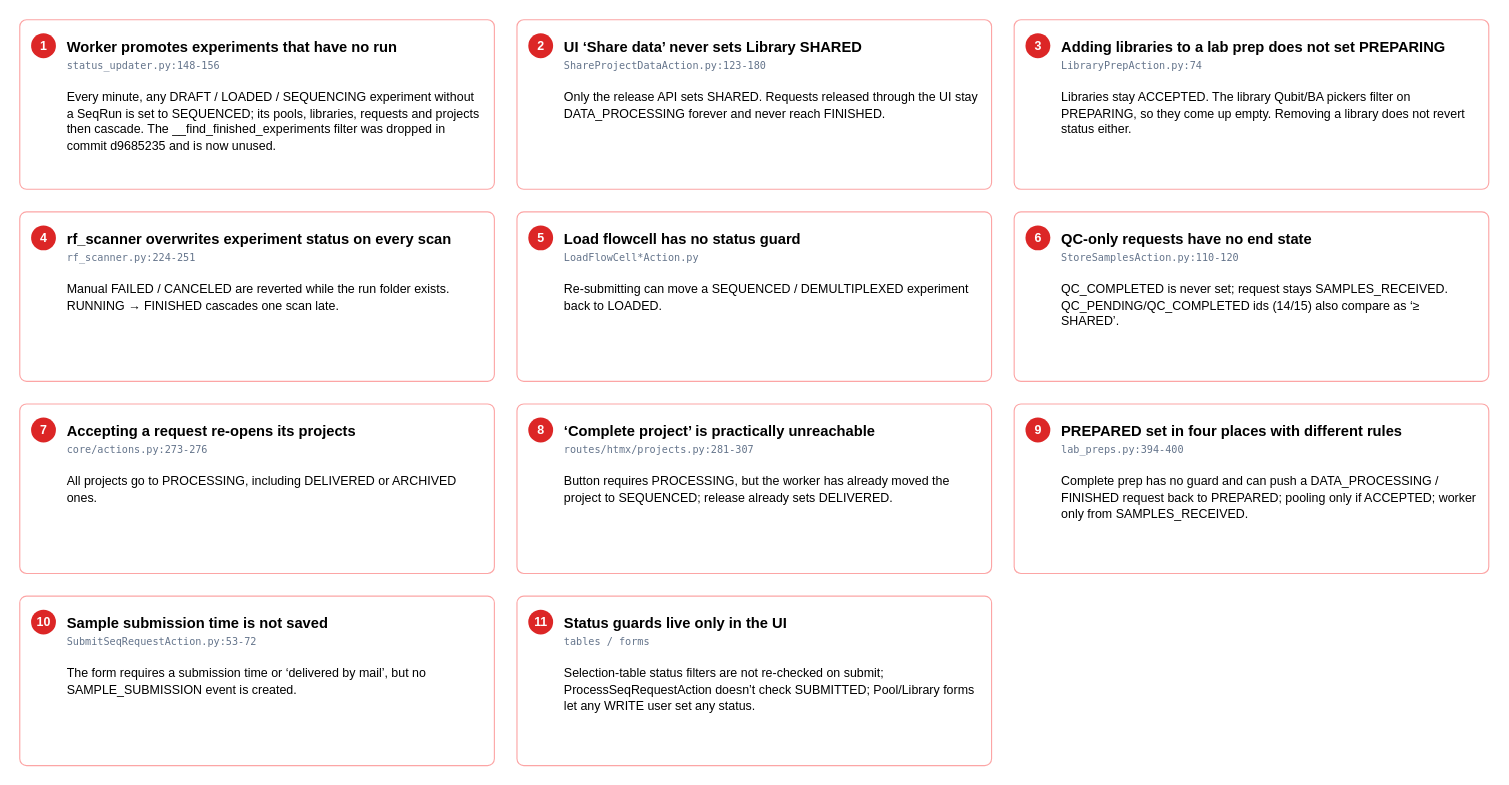
The draw.io diagram page "3 · Known gaps" (3 of 3) of docs/workflow.drawio in lutrarutra/opengsync-app, before the edit. Source tidied: cells renumbered, new cells numbered last; positions are measured from the earlier drawing's top-left corner, leaving out a move shared by most shapes. Both pictures are drawn from the tidied source at 113%, with x=0, y=0 at pixel (19, 19).
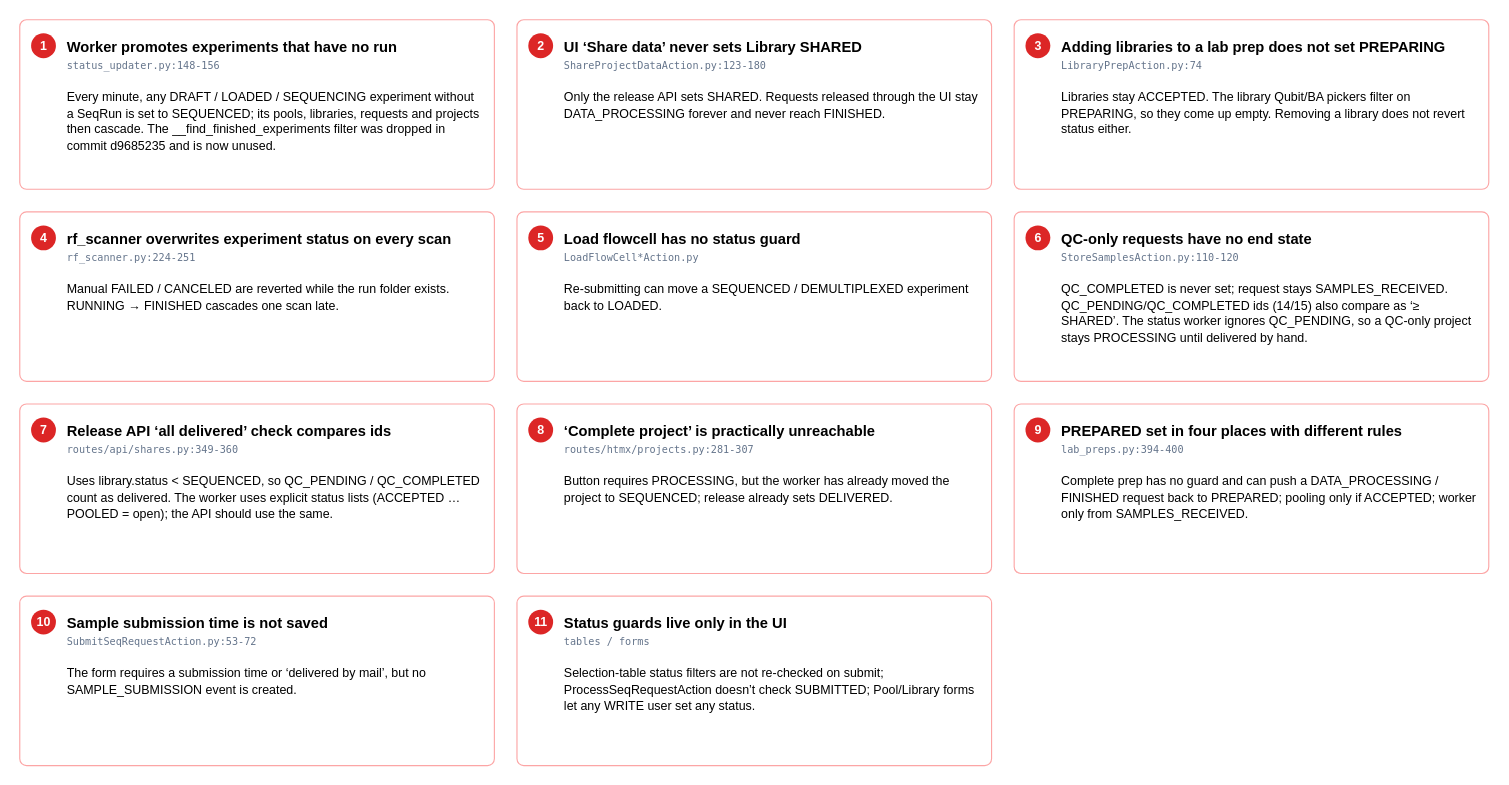
Above is the later version.

Diff of the diagram source:
```diff
@@
-    <mxCell id="12" value="&lt;b style=&quot;font-size:13px;&quot;&gt;QC-only requests have no end state&lt;/b&gt;&lt;br&gt;&lt;span style=&quot;font-family:Menlo,monospace;font-size:9px;color:#64748b;&quot;&gt;StoreSamplesAction.py:110-120&lt;/span&gt;&lt;br&gt;&lt;br&gt;&lt;span style=&quot;font-size:11px;&quot;&gt;QC_COMPLETED is never set; request stays SAMPLES_RECEIVED. QC_PENDING/QC_COMPLETED ids (14/15) also compare as ‘≥ SHARED’.&lt;/span&gt;" style="rounded=1;arcSize=4;html=1;whiteSpace=wrap;fillColor=#ffffff;strokeColor=#fca5a5;align=left;verticalAlign=top;spacingLeft=40;spacingTop=10;spacingRight=10;" parent="1" vertex="1">
+    <mxCell id="12" value="&lt;b style=&quot;font-size:13px;&quot;&gt;QC-only requests have no end state&lt;/b&gt;&lt;br&gt;&lt;span style=&quot;font-family:Menlo,monospace;font-size:9px;color:#64748b;&quot;&gt;StoreSamplesAction.py:110-120&lt;/span&gt;&lt;br&gt;&lt;br&gt;&lt;span style=&quot;font-size:11px;&quot;&gt;QC_COMPLETED is never set; request stays SAMPLES_RECEIVED. QC_PENDING/QC_COMPLETED ids (14/15) also compare as ‘≥ SHARED’. The status worker ignores QC_PENDING, so a QC-only project stays PROCESSING until delivered by hand.&lt;/span&gt;" style="rounded=1;arcSize=4;html=1;whiteSpace=wrap;fillColor=#ffffff;strokeColor=#fca5a5;align=left;verticalAlign=top;spacingLeft=40;spacingTop=10;spacingRight=10;" parent="1" vertex="1">
       <mxGeometry x="880" y="170" width="420" height="150" as="geometry" />
     </mxCell>
@@
-    <mxCell id="14" value="&lt;b style=&quot;font-size:13px;&quot;&gt;Accepting a request re-opens its projects&lt;/b&gt;&lt;br&gt;&lt;span style=&quot;font-family:Menlo,monospace;font-size:9px;color:#64748b;&quot;&gt;core/actions.py:273-276&lt;/span&gt;&lt;br&gt;&lt;br&gt;&lt;span style=&quot;font-size:11px;&quot;&gt;All projects go to PROCESSING, including DELIVERED or ARCHIVED ones.&lt;/span&gt;" style="rounded=1;arcSize=4;html=1;whiteSpace=wrap;fillColor=#ffffff;strokeColor=#fca5a5;align=left;verticalAlign=top;spacingLeft=40;spacingTop=10;spacingRight=10;" parent="1" vertex="1">
+    <mxCell id="14" value="&lt;b style=&quot;font-size:13px;&quot;&gt;Release API ‘all delivered’ check compares ids&lt;/b&gt;&lt;br&gt;&lt;span style=&quot;font-family:Menlo,monospace;font-size:9px;color:#64748b;&quot;&gt;routes/api/shares.py:349-360&lt;/span&gt;&lt;br&gt;&lt;br&gt;&lt;span style=&quot;font-size:11px;&quot;&gt;Uses library.status &amp;lt; SEQUENCED, so QC_PENDING / QC_COMPLETED count as delivered. The worker uses explicit status lists (ACCEPTED … POOLED = open); the API should use the same.&lt;/span&gt;" style="rounded=1;arcSize=4;html=1;whiteSpace=wrap;fillColor=#ffffff;strokeColor=#fca5a5;align=left;verticalAlign=top;spacingLeft=40;spacingTop=10;spacingRight=10;" parent="1" vertex="1">
       <mxGeometry y="340" width="420" height="150" as="geometry" />
     </mxCell>
```
